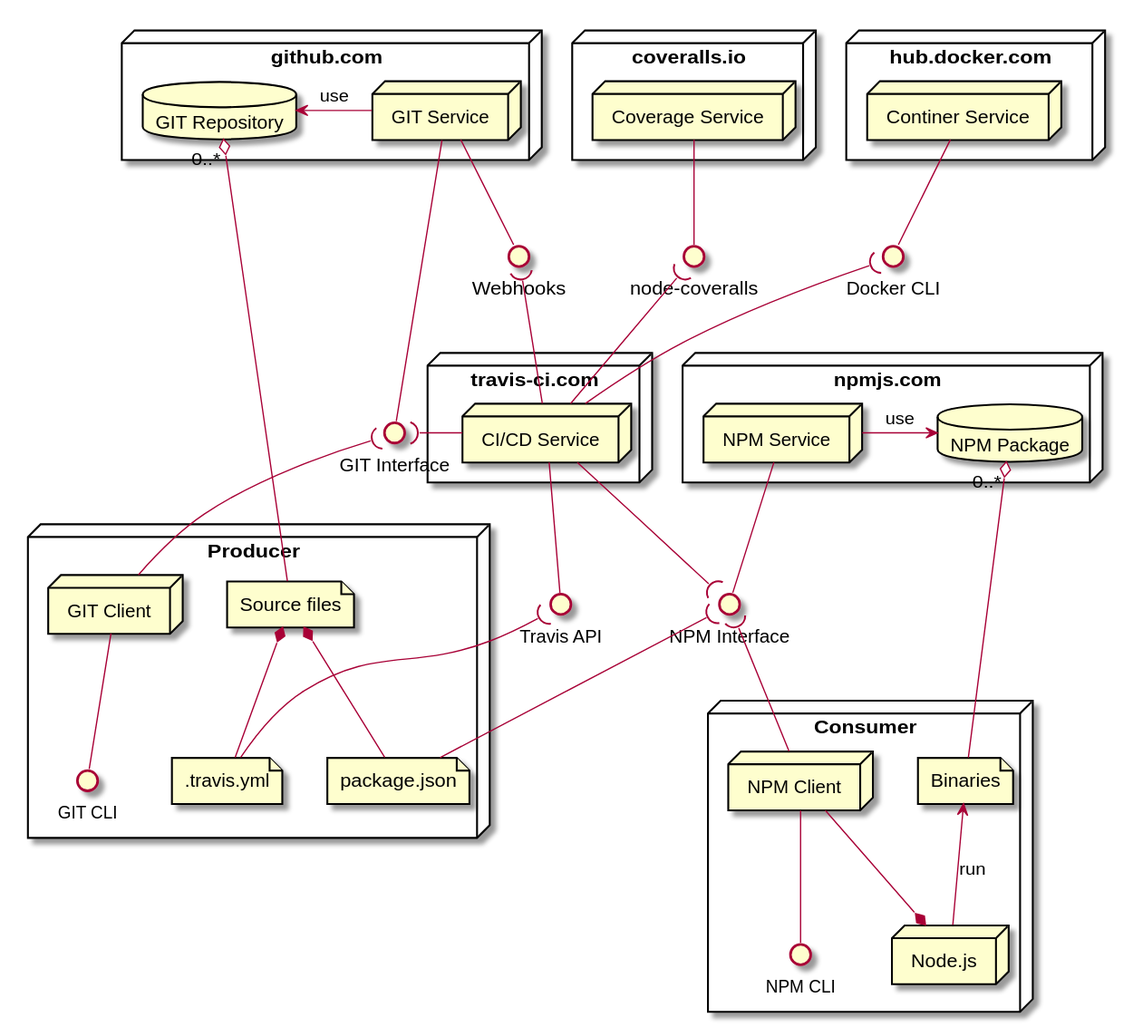
The PlantUML diagram doc/uml/cli/named_boxes.svg in imazzine/design, before a commit. Source of this version:
```plantuml
@startuml named_boxes

    node "github.com" as GITServer {
        database "GIT Repository" as GITRepo
        node "GIT Service" as GITService
        GITRepo <- GITService: use
    }
    interface "Webhooks" as Webhooks
    interface "GIT Interface" as GITInterface
    GITService -- Webhooks
    GITService -- GITInterface

    node "npmjs.com" as NPMServer {
        node "NPM Service" as NPMService
        database "NPM Package" as NPMPackage
        NPMService -> NPMPackage: use
    }
    interface "NPM Interface" as NPMInterface
    NPMService -- NPMInterface

    node "travis-ci.com" as CICDServer {
        node "CI/CD Service" as CICDService
    }
    interface "Travis API" as CICDInterface
    CICDService -- CICDInterface
    Webhooks )-- CICDService
    GITInterface )- CICDService
    CICDService --( NPMInterface

    node "hub.docker.com" as ContainerServer {
        node "Continer Service" as ContainerService
    }
    interface "Docker CLI" as ContainerInterface
    ContainerService -- ContainerInterface
    ContainerInterface )-- CICDService

    node "coveralls.io" as CoverageServer {
        node "Coverage Service" as CoverageService
    }
    interface "node-coveralls" as CoverageInterface
    CoverageService -- CoverageInterface
    CoverageInterface )-- CICDService

    node "Producer" as Producer {
        node "GIT Client" as GITClient
        interface "GIT CLI" as GIT_CLI
        GITClient -- GIT_CLI


        file "Source files" as Sources
        file ".travis.yml" as CICDConf
        file "package.json" as NPMConfig
        GITRepo "0..*" o-- Sources
        Sources *-- CICDConf
        Sources *-- NPMConfig
        GITInterface )-- GITClient
        CICDInterface )-- CICDConf
        NPMInterface )-- NPMConfig
    }

    node "Consumer" as Consumer {
        node "NPM Client" as NPMClientC
        interface "NPM CLI" as NPM_CLI_C
        NPMInterface )-- NPMClientC
        NPMClientC -- NPM_CLI_C

        node "Node.js" as NodeJS
        NPMClientC --* NodeJS

        file "Binaries" as Binaries
        NPMPackage "0..*" o-- Binaries
        Binaries <-- NodeJS: run
    }
@enduml
```
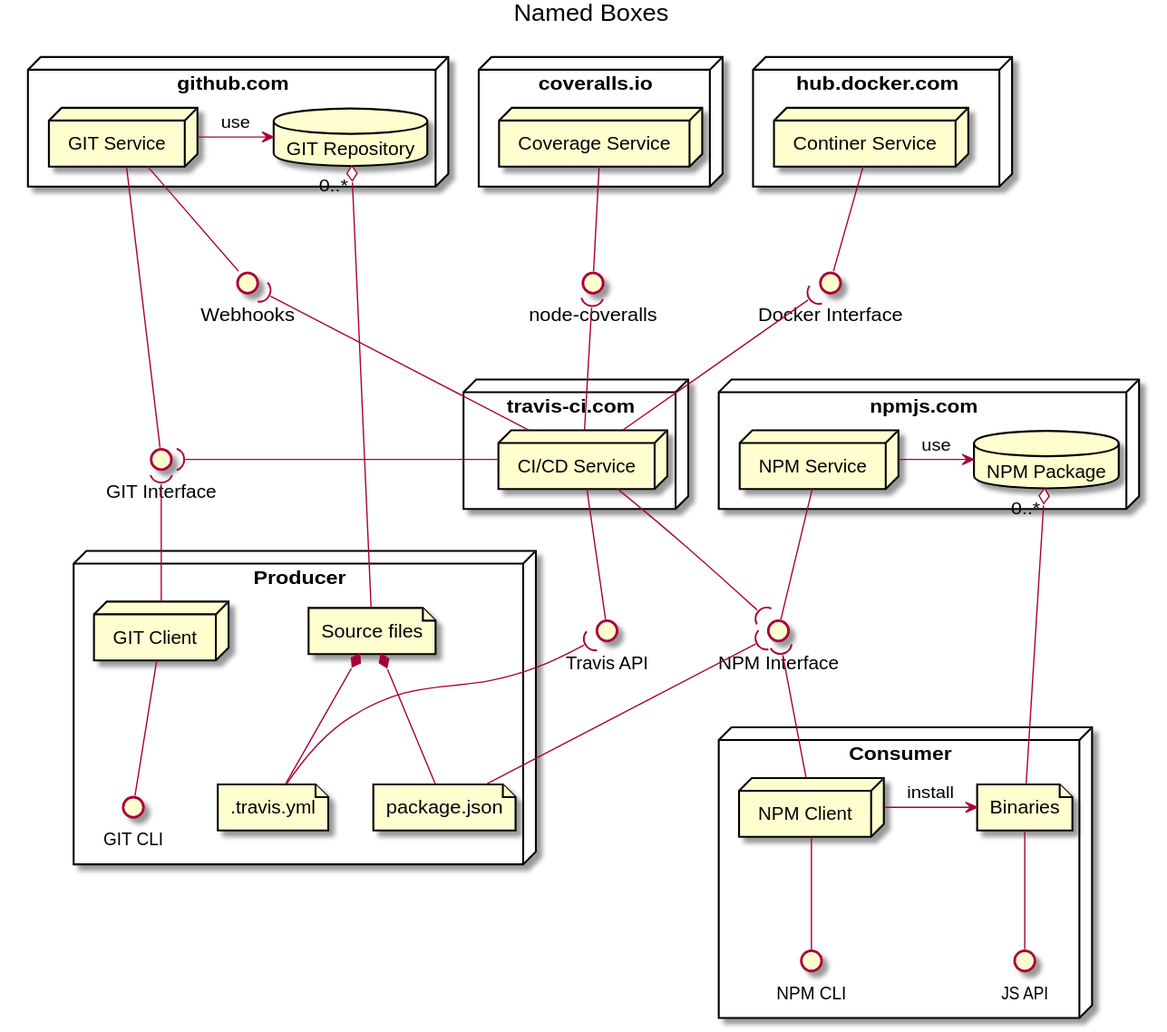
The same diagram one commit later.

Diff of the diagram source:
```diff
@@ -1,4 +1,5 @@
 @startuml named_boxes
+    title Named Boxes
 
     node "github.com" as GITServer {
         database "GIT Repository" as GITRepo
@@ -30,7 +31,7 @@
     node "hub.docker.com" as ContainerServer {
         node "Continer Service" as ContainerService
     }
-    interface "Docker CLI" as ContainerInterface
+    interface "Docker Interface" as ContainerInterface
     ContainerService -- ContainerInterface
     ContainerInterface )-- CICDService
 
@@ -46,7 +47,6 @@
         interface "GIT CLI" as GIT_CLI
         GITClient -- GIT_CLI
 
-
         file "Source files" as Sources
         file ".travis.yml" as CICDConf
         file "package.json" as NPMConfig
@@ -59,16 +59,15 @@
     }
 
     node "Consumer" as Consumer {
-        node "NPM Client" as NPMClientC
-        interface "NPM CLI" as NPM_CLI_C
-        NPMInterface )-- NPMClientC
-        NPMClientC -- NPM_CLI_C
-
-        node "Node.js" as NodeJS
-        NPMClientC --* NodeJS
+        node "NPM Client" as NPMClient
+        interface "NPM CLI" as BIN
+        NPMInterface )-- NPMClient
+        NPMClient -- BIN
 
         file "Binaries" as Binaries
+        interface "JS API" as API
         NPMPackage "0..*" o-- Binaries
-        Binaries <-- NodeJS: run
+        NPMClient -> Binaries: install
+        Binaries -- API
     }
 @enduml
```
